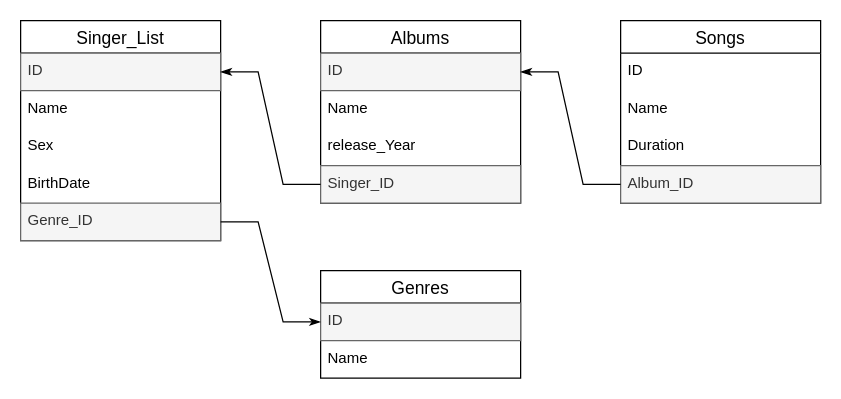
The draw.io diagram musicDB.drawio in aos1974/DBMusic, before the edit. Source tidied: cells renumbered, new cells numbered last; positions are measured from the earlier drawing's top-left corner, leaving out a move shared by most shapes. Both pictures are drawn from the tidied source at 125%, with x=0, y=0 at pixel (20, 20).
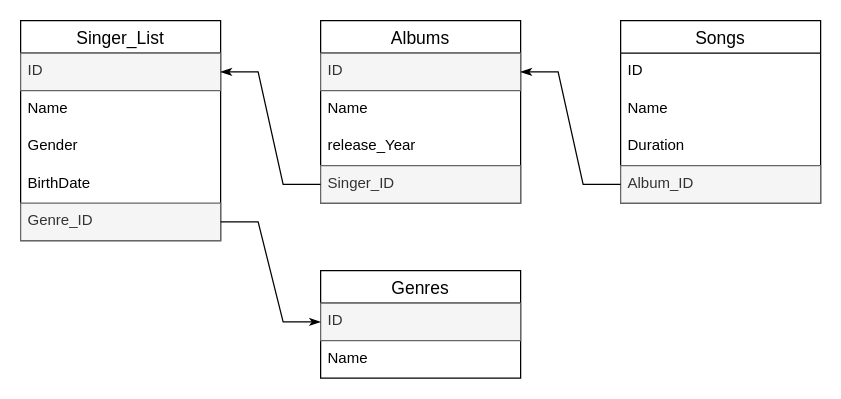
After the change.

Unchanged cells that the change refers to:
```xml
<mxCell id="2" value="Singer_List" style="swimlane;fontStyle=0;horizontal=1;startSize=26;align=center;fontSize=14;" parent="1" vertex="1">
  <mxGeometry width="160" height="176" as="geometry" />
</mxCell>
```

Change to the diagram source:
```diff
@@
-    <mxCell id="5" value="Sex" style="text;strokeColor=none;fillColor=none;spacingLeft=4;spacingRight=4;overflow=hidden;fontSize=12;" parent="2" vertex="1">
+    <mxCell id="5" value="Gender" style="text;strokeColor=none;fillColor=none;spacingLeft=4;spacingRight=4;overflow=hidden;fontSize=12;" parent="2" vertex="1">
       <mxGeometry y="86" width="160" height="30" as="geometry" />
     </mxCell>
```
